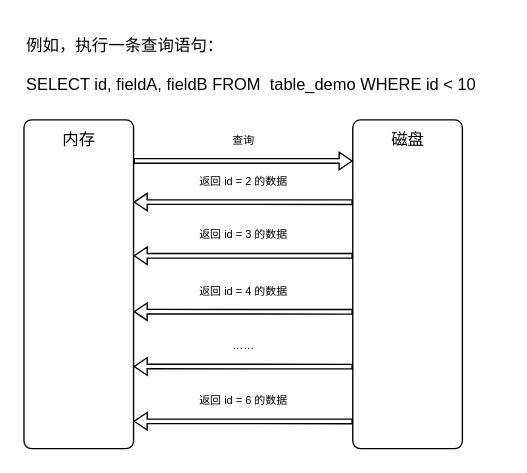
The draw.io diagram MySQL 的 Page 结构/MySQL 的 Page 结构.drawio in zero-97/picture-of-the-article, before the edit. Source tidied: cells renumbered, new cells numbered last; positions are measured from the earlier drawing's top-left corner, leaving out a move shared by most shapes. Both pictures are drawn from the tidied source at 137%, with x=0, y=0 at pixel (23, 23).
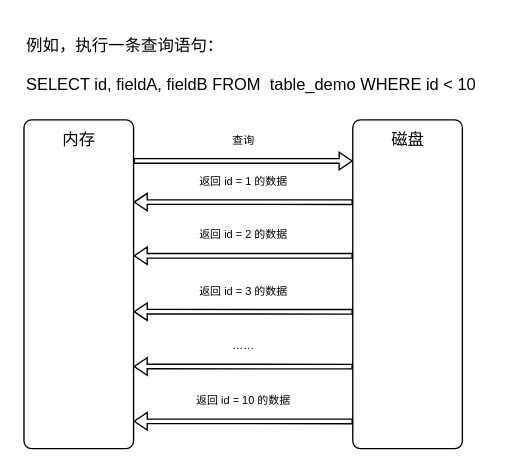
Above is the later version.

What changed in the source:
```diff
@@
-    <mxCell id="10" value="&lt;font style=&quot;font-size: 8px;&quot;&gt;返回 id = 2 的数据&lt;/font&gt;" style="text;html=1;align=center;verticalAlign=middle;strokeColor=none;fillColor=none;fontSize=8;" parent="1" vertex="1">
+    <mxCell id="10" value="&lt;font style=&quot;font-size: 8px;&quot;&gt;返回 id = 1 的数据&lt;/font&gt;" style="text;html=1;align=center;verticalAlign=middle;strokeColor=none;fillColor=none;fontSize=8;" parent="1" vertex="1">
       <mxGeometry x="100" y="100" width="120" height="30" as="geometry" />
     </mxCell>
@@
-    <mxCell id="12" value="&lt;font style=&quot;font-size: 8px;&quot;&gt;返回 id = 3 的数据&lt;/font&gt;" style="text;html=1;align=center;verticalAlign=middle;strokeColor=none;fillColor=none;fontSize=8;" parent="1" vertex="1">
+    <mxCell id="12" value="&lt;font style=&quot;font-size: 8px;&quot;&gt;返回 id = 2 的数据&lt;/font&gt;" style="text;html=1;align=center;verticalAlign=middle;strokeColor=none;fillColor=none;fontSize=8;" parent="1" vertex="1">
       <mxGeometry x="100" y="139.2" width="120" height="30" as="geometry" />
     </mxCell>
@@
-    <mxCell id="14" value="&lt;font style=&quot;font-size: 8px;&quot;&gt;返回 id = 4 的数据&lt;/font&gt;" style="text;html=1;align=center;verticalAlign=middle;strokeColor=none;fillColor=none;fontSize=8;" parent="1" vertex="1">
+    <mxCell id="14" value="&lt;font style=&quot;font-size: 8px;&quot;&gt;返回 id = 3 的数据&lt;/font&gt;" style="text;html=1;align=center;verticalAlign=middle;strokeColor=none;fillColor=none;fontSize=8;" parent="1" vertex="1">
       <mxGeometry x="100" y="180" width="120" height="30" as="geometry" />
     </mxCell>
@@
-    <mxCell id="18" value="&lt;font style=&quot;font-size: 8px;&quot;&gt;返回 id = 6 的数据&lt;/font&gt;" style="text;html=1;align=center;verticalAlign=middle;strokeColor=none;fillColor=none;fontSize=8;" parent="1" vertex="1">
-      <mxGeometry x="100" y="260" width="120" height="30" as="geometry" />
+    <mxCell id="18" value="&lt;font style=&quot;font-size: 8px;&quot;&gt;返回 id = 10 的数据&lt;/font&gt;" style="text;html=1;align=center;verticalAlign=middle;strokeColor=none;fillColor=none;fontSize=8;" parent="1" vertex="1">
+      <mxGeometry x="95" y="260" width="130" height="30" as="geometry" />
     </mxCell>
```
